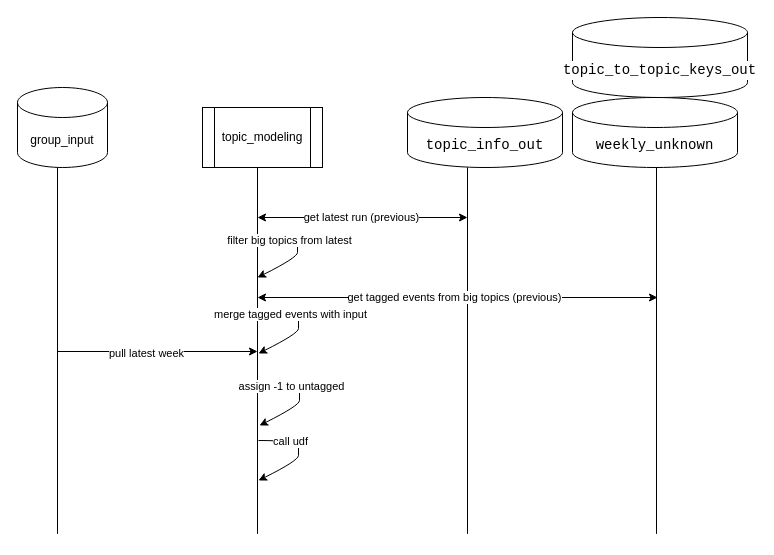
Above: questtions Diagram.drawio in hasann716/gdp-dashboard (draw.io), before the change. Source tidied: cells renumbered, new cells numbered last; positions are measured from the earlier drawing's top-left corner, leaving out a move shared by most shapes. Both pictures are drawn from the tidied source at 100%, with x=0, y=0 at pixel (17, 17).
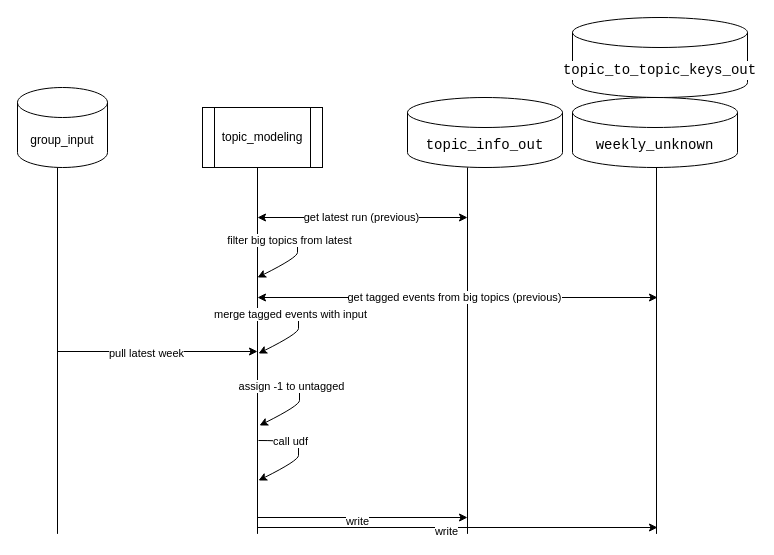
After the change.

The edit, as a diff of the source:
```diff
@@
+    <mxCell id="25" style="endArrow=classic;html=1;rounded=0;" parent="1" edge="1">
+      <mxGeometry relative="1" as="geometry">
+        <mxPoint x="240" y="500" as="sourcePoint" />
+        <mxPoint x="450" y="500" as="targetPoint" />
+      </mxGeometry>
+    </mxCell>
+    <mxCell id="26" value="write" style="edgeLabel;html=1;align=center;verticalAlign=middle;" parent="25" vertex="1">
+      <mxGeometry x="-0.06" y="-3" relative="1" as="geometry" />
+    </mxCell>
+    <mxCell id="27" style="endArrow=classic;html=1;rounded=0;" parent="1" edge="1">
+      <mxGeometry relative="1" as="geometry">
+        <mxPoint x="240" y="510" as="sourcePoint" />
+        <mxPoint x="640" y="510" as="targetPoint" />
+      </mxGeometry>
+    </mxCell>
+    <mxCell id="28" value="write" style="edgeLabel;html=1;align=center;verticalAlign=middle;" parent="27" vertex="1">
+      <mxGeometry x="-0.06" y="-3" relative="1" as="geometry" />
+    </mxCell>
```
